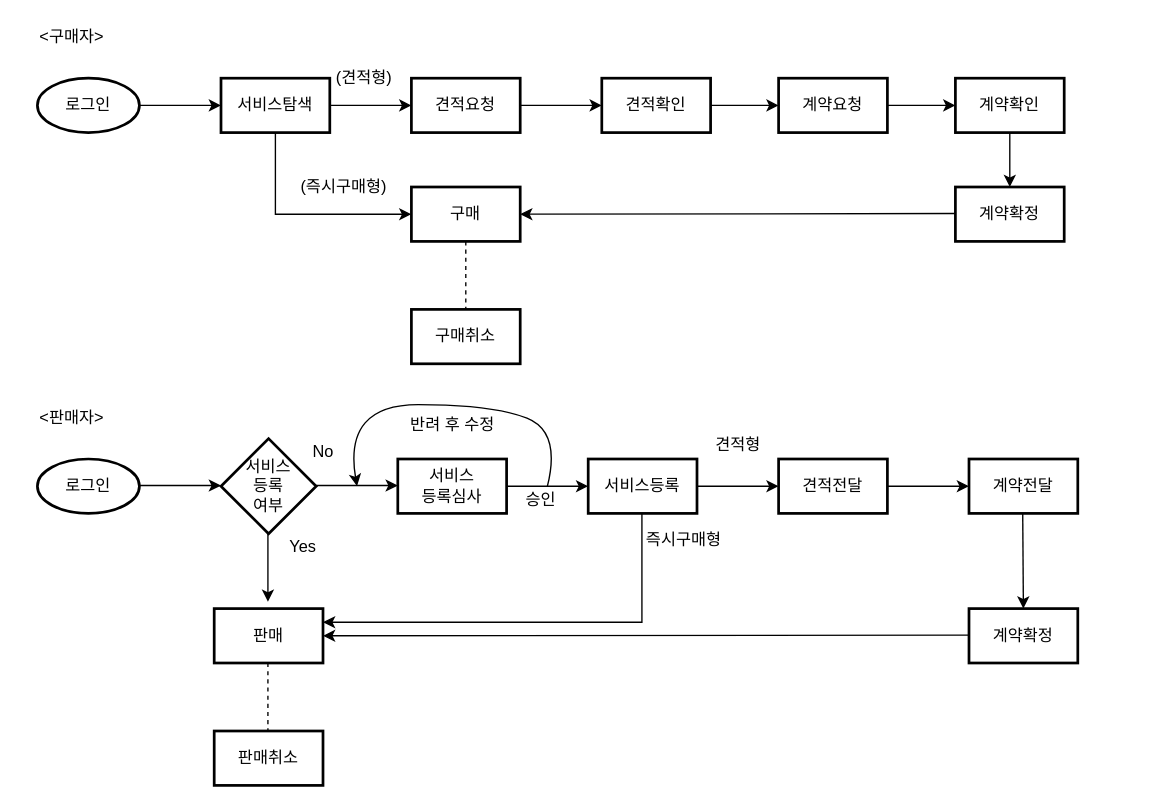
Lucidhomme/TIL keeps this draw.io diagram as 비즈니스나우컨설팅.drawio. Above is the earlier version. Source tidied: cells renumbered, new cells numbered last; positions are measured from the earlier drawing's top-left corner, leaving out a move shared by most shapes. Both pictures are drawn from the tidied source at 136%, with x=0, y=0 at pixel (23, 23). Pictures stored in the file or linked from it are replaced by grey dashed boxes.
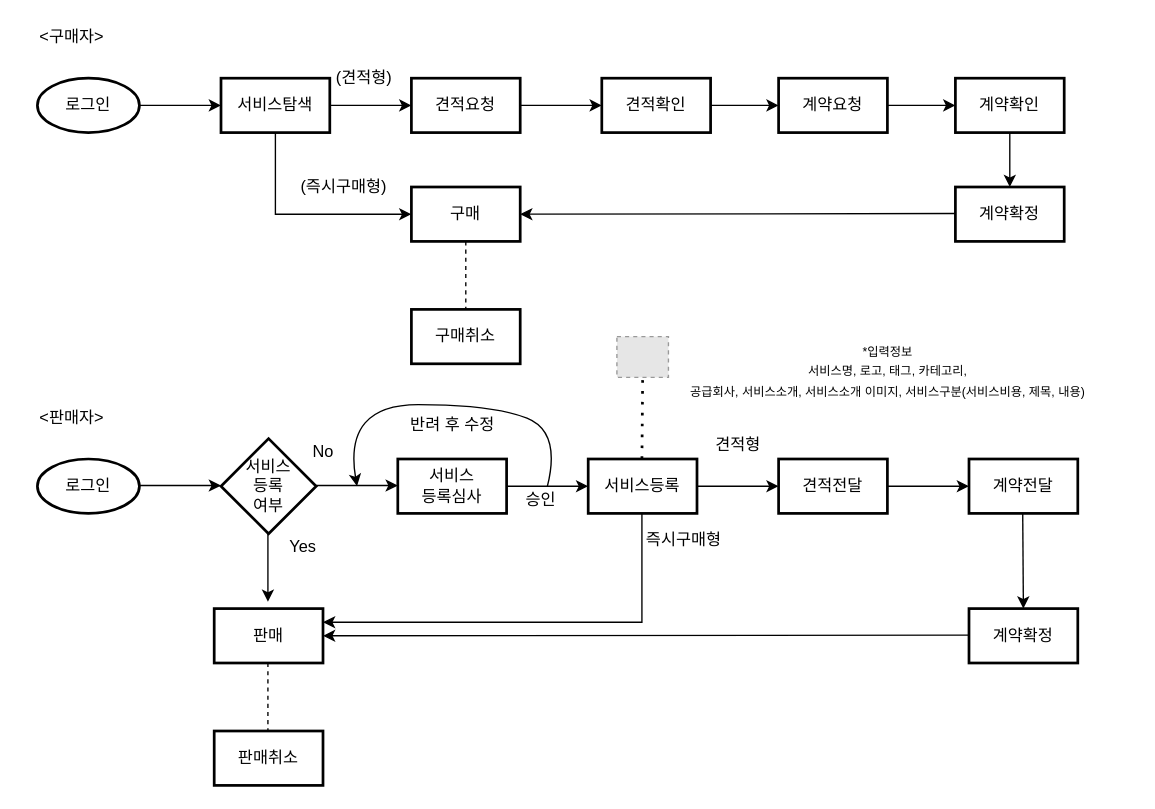
The same diagram, later.

Commit message:
Update 비즈니스나우컨설팅.drawio

Change to the diagram source:
```diff
@@
+    <mxCell id="50" style="fillColor=#E6E6E6;strokeColor=#999999;dashed=1;verticalLabelPosition=bottom;labelBackgroundColor=#ffffff;verticalAlign=top;" parent="1" vertex="1">
+      <mxGeometry x="436.1" y="230" width="37.9" height="30" as="geometry" />
+    </mxCell>
+    <mxCell id="51" style="endArrow=none;dashed=1;html=1;dashPattern=1 3;strokeWidth=2;entryX=0.5;entryY=1;entryDx=0;entryDy=0;" parent="1" edge="1" target="50">
+      <mxGeometry relative="1" as="geometry">
+        <mxPoint x="454.5" y="320" as="sourcePoint" />
+      </mxGeometry>
+    </mxCell>
+    <mxCell id="52" value="&lt;font style=&quot;font-size: 9px&quot;&gt;*입력정보&lt;br&gt;&lt;span style=&quot;font-family: &amp;#34;맑은 고딕&amp;#34;&quot;&gt;서비스명&lt;/span&gt;&lt;span style=&quot;font-family: &amp;#34;맑은 고딕&amp;#34;&quot;&gt;, &lt;/span&gt;&lt;span style=&quot;font-family: &amp;#34;맑은 고딕&amp;#34;&quot;&gt;로고&lt;/span&gt;&lt;span style=&quot;font-family: &amp;#34;맑은 고딕&amp;#34;&quot;&gt;, &lt;/span&gt;&lt;span style=&quot;font-family: &amp;#34;맑은 고딕&amp;#34;&quot;&gt;태그&lt;/span&gt;&lt;span style=&quot;font-family: &amp;#34;맑은 고딕&amp;#34;&quot;&gt;, &lt;/span&gt;&lt;span style=&quot;font-family: &amp;#34;맑은 고딕&amp;#34;&quot;&gt;카테고리,&lt;/span&gt;&lt;span style=&quot;font-family: &amp;#34;맑은 고딕&amp;#34;&quot;&gt;&lt;br&gt;&lt;/span&gt;&lt;span style=&quot;font-family: &amp;#34;맑은 고딕&amp;#34;&quot;&gt;공급회사&lt;/span&gt;&lt;span style=&quot;font-family: &amp;#34;맑은 고딕&amp;#34;&quot;&gt;, &lt;/span&gt;&lt;span style=&quot;font-family: &amp;#34;맑은 고딕&amp;#34;&quot;&gt;서비스소개&lt;/span&gt;&lt;span style=&quot;font-family: &amp;#34;맑은 고딕&amp;#34;&quot;&gt;, &lt;/span&gt;&lt;span style=&quot;font-family: &amp;#34;맑은 고딕&amp;#34;&quot;&gt;서비스소개 이미지&lt;/span&gt;&lt;span style=&quot;font-family: &amp;#34;맑은 고딕&amp;#34;&quot;&gt;, &lt;/span&gt;&lt;span style=&quot;font-family: &amp;#34;맑은 고딕&amp;#34;&quot;&gt;서비스구분(서비스비용, 제목, 내용)&lt;/span&gt;&lt;/font&gt;" style="text;html=1;align=center;verticalAlign=middle;fillColor=none;strokeColor=none;rounded=0;" parent="1" vertex="1">
+      <mxGeometry x="455" y="230" width="360" height="50" as="geometry" />
+    </mxCell>
```
